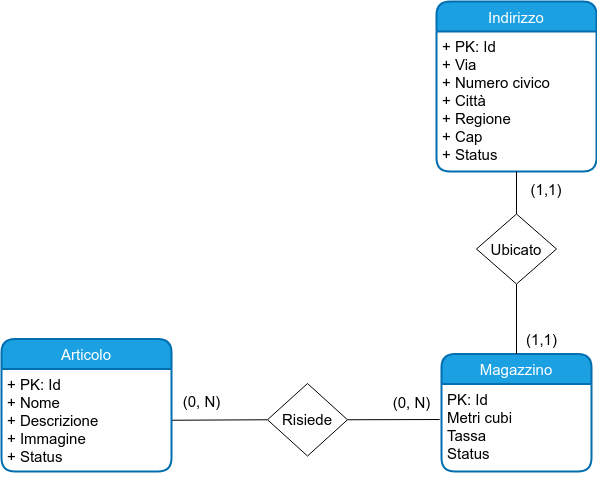
This is doc/magazzino_articolo.drawio/magazzino_articolo.png from EndriDomiUni/E-commerce, a draw.io export, as it was before one commit. Source tidied: cells renumbered, new cells last; positions are measured from the earlier drawing's top-left corner, leaving out a move shared by most shapes.
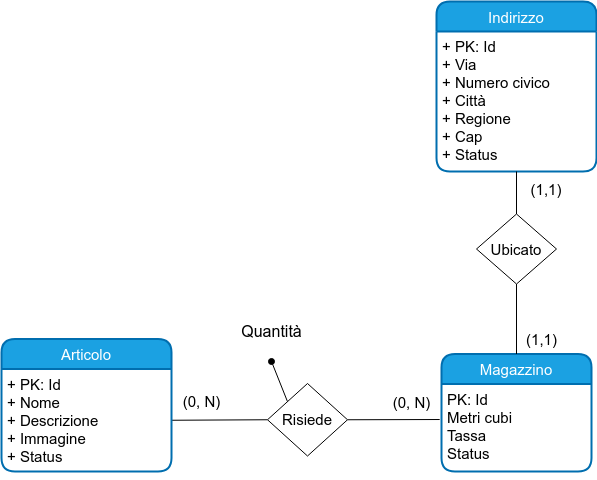
The same diagram one commit later.

The edit, as a diff of the source:
```diff
@@ -14,6 +14,11 @@
     <mxCell id="5" style="edgeStyle=none;html=1;exitX=0;exitY=0.5;exitDx=0;exitDy=0;endArrow=none;endFill=0;entryX=1;entryY=0.5;entryDx=0;entryDy=0;fontSize=15;" parent="1" edge="1" source="6" target="12">
       <mxGeometry relative="1" as="geometry" />
     </mxCell>
+    <mxCell id="20" style="edgeStyle=none;html=1;exitX=0;exitY=0;exitDx=0;exitDy=0;endArrow=oval;endFill=1;" parent="1" edge="1" source="6">
+      <mxGeometry relative="1" as="geometry">
+        <mxPoint x="270" y="360" as="targetPoint" />
+      </mxGeometry>
+    </mxCell>
     <mxCell id="6" value="Risiede" style="shape=rhombus;perimeter=rhombusPerimeter;whiteSpace=wrap;html=1;align=center;fontSize=15;" parent="1" vertex="1">
       <mxGeometry x="266" y="382" width="80" height="72.5" as="geometry" />
     </mxCell>
@@ -56,5 +61,8 @@
     <mxCell id="19" value="(1,1)" style="text;html=1;align=center;verticalAlign=middle;strokeColor=none;fillColor=none;fontSize=15;" parent="1" vertex="1">
       <mxGeometry x="515" y="322.5" width="50" height="30" as="geometry" />
     </mxCell>
+    <mxCell id="21" value="Quantità" style="text;html=1;align=center;verticalAlign=middle;strokeColor=none;fillColor=none;fontSize=16;" parent="1" vertex="1">
+      <mxGeometry x="230" y="315" width="80" height="30" as="geometry" />
+    </mxCell>
   </root>
 </mxGraphModel>
```
